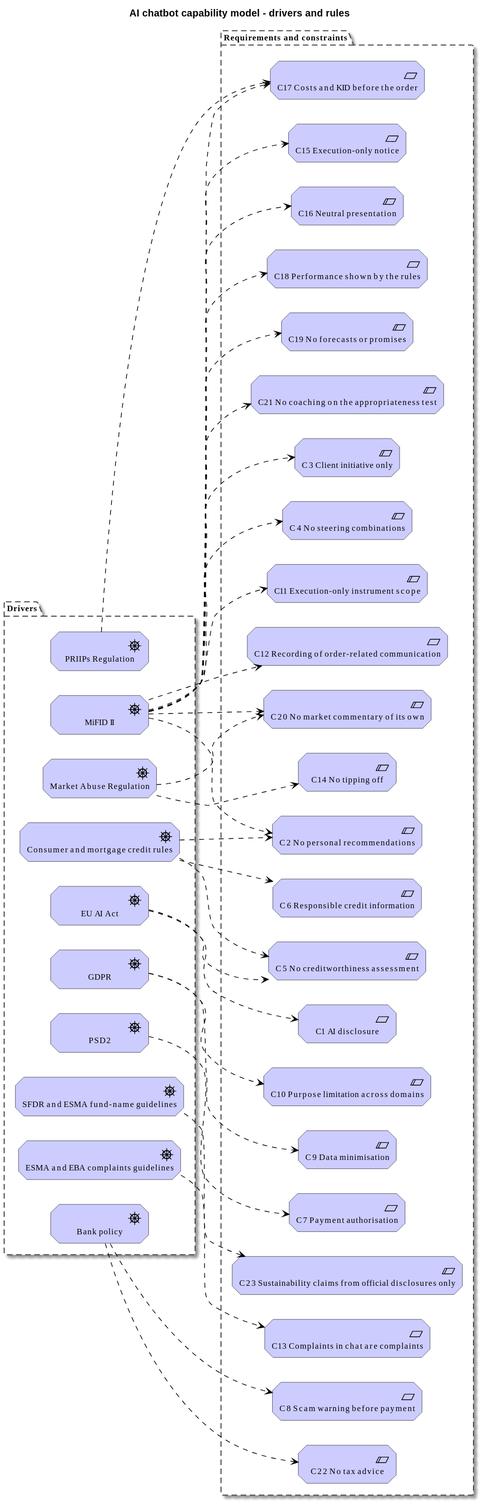
This is views/03-drivers-and-rules.svg from castellix/chatbot, a PlantUML export, as it was before one commit. Source of this version:
```plantuml
@startuml
!include <archimate/Archimate>
title AI chatbot capability model - drivers and rules
left to right direction

Grouping(grpDrivers, "Drivers") {
  Motivation_Driver(drvMifid, "MiFID II")
  Motivation_Driver(drvAiAct, "EU AI Act")
  Motivation_Driver(drvGdpr, "GDPR")
  Motivation_Driver(drvPsd2, "PSD2")
  Motivation_Driver(drvCredit, "Consumer and mortgage credit rules")
  Motivation_Driver(drvMar, "Market Abuse Regulation")
  Motivation_Driver(drvPriips, "PRIIPs Regulation")
  Motivation_Driver(drvSfdr, "SFDR and ESMA fund-name guidelines")
  Motivation_Driver(drvComplaints, "ESMA and EBA complaints guidelines")
  Motivation_Driver(drvPolicy, "Bank policy")
}
Grouping(grpRules, "Requirements and constraints") {
  Motivation_Requirement(c1, "C1 AI disclosure")
  Motivation_Constraint(c2, "C2 No personal recommendations")
  Motivation_Constraint(c3, "C3 Client initiative only")
  Motivation_Constraint(c4, "C4 No steering combinations")
  Motivation_Constraint(c5, "C5 No creditworthiness assessment")
  Motivation_Constraint(c6, "C6 Responsible credit information")
  Motivation_Requirement(c7, "C7 Payment authorisation")
  Motivation_Requirement(c8, "C8 Scam warning before payment")
  Motivation_Constraint(c9, "C9 Data minimisation")
  Motivation_Constraint(c10, "C10 Purpose limitation across domains")
  Motivation_Constraint(c11, "C11 Execution-only instrument scope")
  Motivation_Requirement(c12, "C12 Recording of order-related communication")
  Motivation_Requirement(c13, "C13 Complaints in chat are complaints")
  Motivation_Constraint(c14, "C14 No tipping off")
  Motivation_Requirement(c15, "C15 Execution-only notice")
  Motivation_Constraint(c16, "C16 Neutral presentation")
  Motivation_Requirement(c17, "C17 Costs and KID before the order")
  Motivation_Requirement(c18, "C18 Performance shown by the rules")
  Motivation_Constraint(c19, "C19 No forecasts or promises")
  Motivation_Constraint(c20, "C20 No market commentary of its own")
  Motivation_Constraint(c21, "C21 No coaching on the appropriateness test")
  Motivation_Constraint(c22, "C22 No tax advice")
  Motivation_Constraint(c23, "C23 Sustainability claims from official disclosures only")
}

Rel_Influence(drvAiAct, c1)
Rel_Influence(drvMifid, c2)
Rel_Influence(drvCredit, c2)
Rel_Influence(drvMifid, c3)
Rel_Influence(drvMifid, c4)
Rel_Influence(drvAiAct, c5)
Rel_Influence(drvCredit, c5)
Rel_Influence(drvCredit, c6)
Rel_Influence(drvPsd2, c7)
Rel_Influence(drvPolicy, c8)
Rel_Influence(drvGdpr, c9)
Rel_Influence(drvGdpr, c10)
Rel_Influence(drvMifid, c11)
Rel_Influence(drvMifid, c12)
Rel_Influence(drvComplaints, c13)
Rel_Influence(drvMar, c14)
Rel_Influence(drvMifid, c15)
Rel_Influence(drvMifid, c16)
Rel_Influence(drvMifid, c17)
Rel_Influence(drvPriips, c17)
Rel_Influence(drvMifid, c18)
Rel_Influence(drvMifid, c19)
Rel_Influence(drvMifid, c20)
Rel_Influence(drvMar, c20)
Rel_Influence(drvMifid, c21)
Rel_Influence(drvPolicy, c22)
Rel_Influence(drvSfdr, c23)
@enduml
```
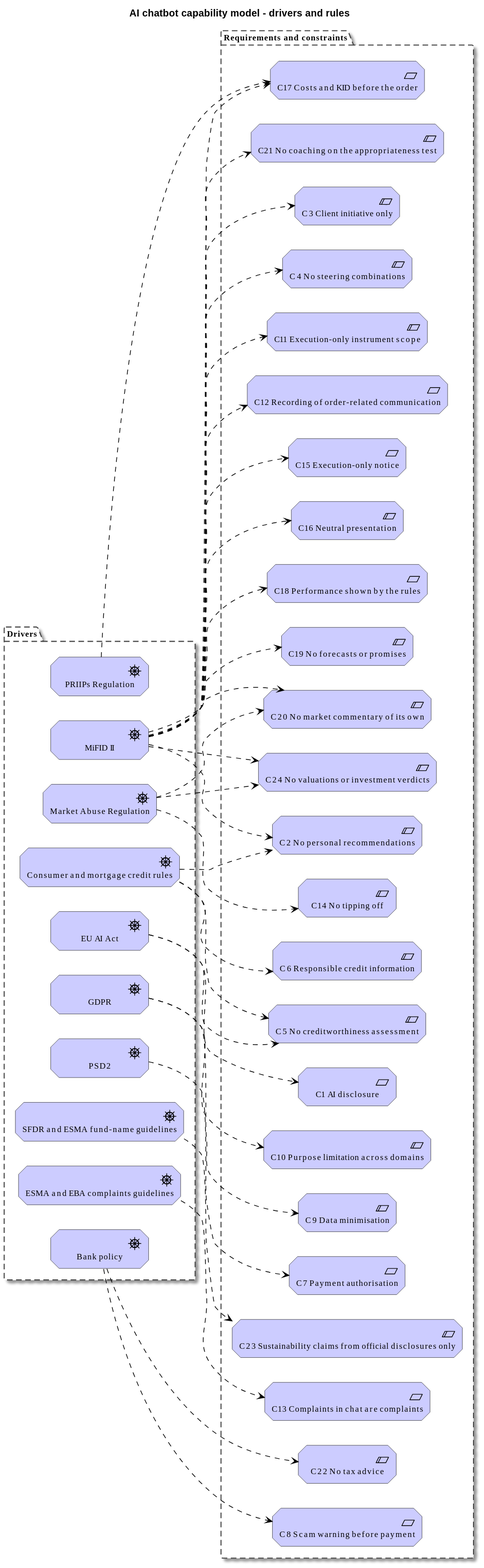
The same file after the commit.

Commit message:
Add constraint C24 No valuations or investment verdicts

What changed in the source:
```diff
@@ -39,6 +39,7 @@
   Motivation_Constraint(c21, "C21 No coaching on the appropriateness test")
   Motivation_Constraint(c22, "C22 No tax advice")
   Motivation_Constraint(c23, "C23 Sustainability claims from official disclosures only")
+  Motivation_Constraint(c24, "C24 No valuations or investment verdicts")
 }
 
 Rel_Influence(drvAiAct, c1)
@@ -68,4 +69,6 @@
 Rel_Influence(drvMifid, c21)
 Rel_Influence(drvPolicy, c22)
 Rel_Influence(drvSfdr, c23)
+Rel_Influence(drvMifid, c24)
+Rel_Influence(drvMar, c24)
 @enduml
```
